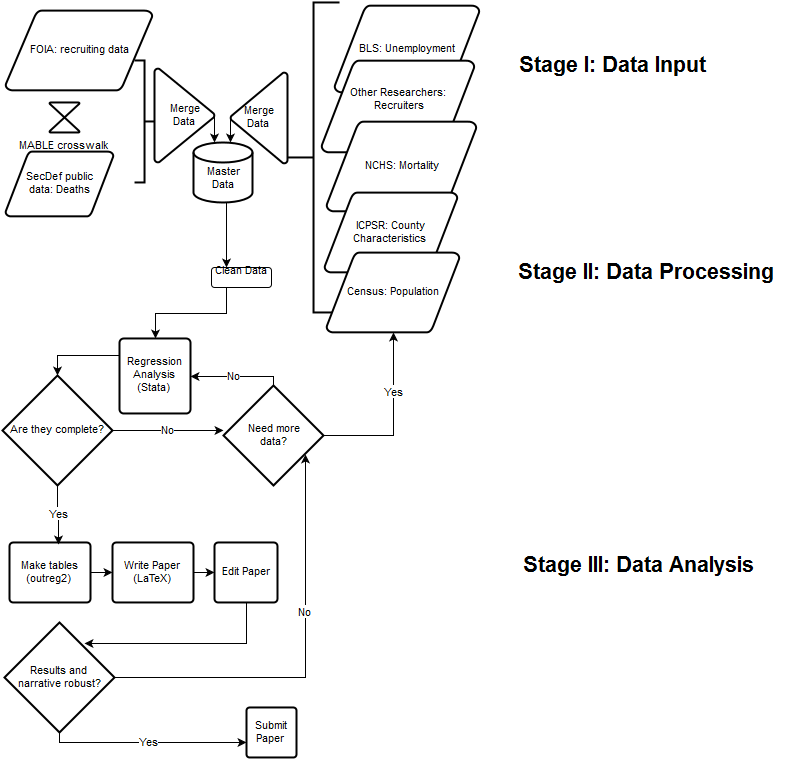
The draw.io diagram case-studies/gchristensen.png in BIDS/ss-repro-case-public, before a commit. Source tidied: cells renumbered, new cells last; positions are measured from the earlier drawing's top-left corner, leaving out a move shared by most shapes.
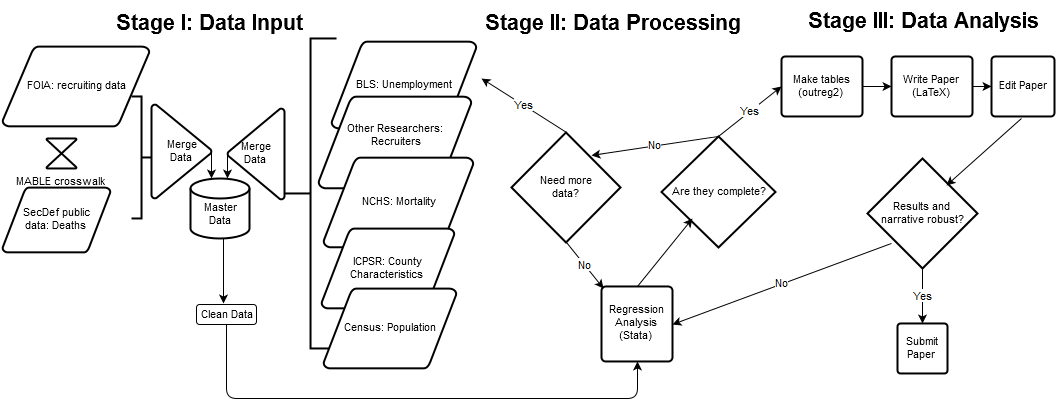
After the commit.

Commit message:
add left to right workflow diagram

Diff of the diagram source:
```diff
@@ -21,28 +21,25 @@
       <mxGeometry x="47" y="100" width="30" height="30" as="geometry" />
     </mxCell>
     <mxCell id="8" value="Regression Analysis (Stata)&lt;br&gt;" style="strokeWidth=2;html=1;shape=mxgraph.flowchart.process;whiteSpace=wrap;fontSize=11;" parent="1" vertex="1">
-      <mxGeometry x="117" y="336" width="71" height="75" as="geometry" />
+      <mxGeometry x="602" y="248" width="71" height="75" as="geometry" />
     </mxCell>
-    <mxCell id="9" value="Are they complete?&lt;br&gt;" style="strokeWidth=2;html=1;shape=mxgraph.flowchart.decision;whiteSpace=wrap;fontSize=11;" parent="1" vertex="1">
-      <mxGeometry y="373" width="110" height="110" as="geometry" />
-    </mxCell>
     <mxCell id="10" value="Make tables (outreg2)&lt;br&gt;" style="strokeWidth=2;html=1;shape=mxgraph.flowchart.process;whiteSpace=wrap;fontSize=11;" parent="1" vertex="1">
-      <mxGeometry x="7" y="540" width="81" height="60" as="geometry" />
+      <mxGeometry x="782" y="18" width="81" height="60" as="geometry" />
     </mxCell>
     <mxCell id="11" value="Write Paper (LaTeX)&lt;br&gt;" style="strokeWidth=2;html=1;shape=mxgraph.flowchart.process;whiteSpace=wrap;fontSize=11;" parent="1" vertex="1">
-      <mxGeometry x="110" y="540" width="81" height="60" as="geometry" />
+      <mxGeometry x="892" y="18" width="81" height="60" as="geometry" />
     </mxCell>
     <mxCell id="12" value="Submit Paper&lt;br&gt;" style="strokeWidth=2;html=1;shape=mxgraph.flowchart.process;whiteSpace=wrap;fontSize=11;" parent="1" vertex="1">
-      <mxGeometry x="244" y="705" width="50" height="50" as="geometry" />
+      <mxGeometry x="898" y="285" width="50" height="50" as="geometry" />
     </mxCell>
     <mxCell id="13" value="Edit Paper&lt;br&gt;" style="strokeWidth=2;html=1;shape=mxgraph.flowchart.process;whiteSpace=wrap;fontSize=11;" parent="1" vertex="1">
-      <mxGeometry x="212" y="540" width="63" height="60" as="geometry" />
+      <mxGeometry x="992" y="18" width="63" height="60" as="geometry" />
     </mxCell>
     <mxCell id="14" value="Merge&lt;br&gt;Data&lt;br&gt;" style="strokeWidth=2;html=1;shape=mxgraph.flowchart.merge_or_storage;whiteSpace=wrap;direction=south;fontSize=11;" parent="1" vertex="1">
       <mxGeometry x="228" y="70" width="57" height="91" as="geometry" />
     </mxCell>
     <mxCell id="15" value="Need more &lt;br&gt;data?&lt;br&gt;" style="strokeWidth=2;html=1;shape=mxgraph.flowchart.decision;whiteSpace=wrap;fillColor=none;fontSize=11;" parent="1" vertex="1">
-      <mxGeometry x="221" y="383" width="100" height="100" as="geometry" />
+      <mxGeometry x="512" y="94" width="109" height="110" as="geometry" />
     </mxCell>
     <mxCell id="16" style="strokeWidth=2;html=1;shape=mxgraph.flowchart.annotation_2;align=left;fillColor=none;fontSize=11;" parent="1" vertex="1">
       <mxGeometry x="285" width="52" height="310" as="geometry" />
@@ -54,7 +51,7 @@
       <mxGeometry x="152" y="66" width="60" height="94" as="geometry" />
     </mxCell>
     <mxCell id="19" value="Results and&lt;br&gt;narrative robust?&lt;br&gt;" style="strokeWidth=2;html=1;shape=mxgraph.flowchart.decision;whiteSpace=wrap;fillColor=none;fontSize=11;" parent="1" vertex="1">
-      <mxGeometry x="2" y="620" width="110" height="110" as="geometry" />
+      <mxGeometry x="868" y="120" width="110" height="110" as="geometry" />
     </mxCell>
     <mxCell id="20" style="edgeStyle=orthogonalEdgeStyle;rounded=0;html=1;exitX=0.5;exitY=1;exitPerimeter=0;jettySize=auto;orthogonalLoop=1;fontFamily=Helvetica;fontSize=11;" parent="1" edge="1" source="7" target="7">
       <mxGeometry relative="1" as="geometry" />
@@ -69,16 +66,16 @@
       <mxGeometry x="324" y="250" width="133" height="80" as="geometry" />
     </mxCell>
     <mxCell id="24" value="Clean Data&lt;br&gt;" style="rounded=1;whiteSpace=wrap;html=1;fontFamily=Helvetica;fontSize=11;" parent="1" vertex="1">
-      <mxGeometry x="209" y="265" width="60" height="20" as="geometry" />
+      <mxGeometry x="197" y="266" width="60" height="20" as="geometry" />
     </mxCell>
     <mxCell id="25" value="&lt;div style=&quot;text-align: left&quot;&gt;&lt;span style=&quot;line-height: 1.2&quot;&gt;Stage I: Data Input&lt;/span&gt;&lt;/div&gt;" style="text;html=1;strokeColor=none;fillColor=none;align=center;verticalAlign=middle;whiteSpace=wrap;overflow=hidden;fontFamily=Helvetica;fontSize=22;fontStyle=1;" parent="1" vertex="1">
-      <mxGeometry x="469" y="48" width="280" height="30" as="geometry" />
+      <mxGeometry x="69" y="-30" width="280" height="30" as="geometry" />
     </mxCell>
     <mxCell id="26" value="&lt;div style=&quot;text-align: left&quot;&gt;&lt;span style=&quot;line-height: 1.2&quot;&gt;Stage II:&amp;nbsp;&lt;/span&gt;&lt;span style=&quot;line-height: 1.2&quot;&gt;Data Processing&lt;/span&gt;&lt;/div&gt;" style="text;html=1;strokeColor=none;fillColor=none;align=center;verticalAlign=middle;whiteSpace=wrap;overflow=hidden;fontFamily=Helvetica;fontSize=22;fontStyle=1;" parent="1" vertex="1">
-      <mxGeometry x="502" y="225" width="282" height="90" as="geometry" />
+      <mxGeometry x="472" y="-30" width="282" height="30" as="geometry" />
     </mxCell>
     <mxCell id="27" value="&lt;div style=&quot;text-align: left&quot;&gt;&lt;span style=&quot;line-height: 1.2&quot;&gt;Stage III:&amp;nbsp;Data Analysis&lt;/span&gt;&lt;/div&gt;" style="text;html=1;strokeColor=none;fillColor=none;align=center;verticalAlign=middle;whiteSpace=wrap;overflow=hidden;fontFamily=Helvetica;fontSize=22;fontStyle=1;" parent="1" vertex="1">
-      <mxGeometry x="490" y="520" width="290" height="85" as="geometry" />
+      <mxGeometry x="803" y="-37" width="240" height="40" as="geometry" />
     </mxCell>
     <mxCell id="28" style="edgeStyle=orthogonalEdgeStyle;rounded=0;html=1;exitX=0.5;exitY=1;exitPerimeter=0;jettySize=auto;fontFamily=Helvetica;fontSize=22;" parent="1" edge="1" source="18">
       <mxGeometry relative="1" as="geometry">
@@ -90,73 +87,60 @@
         <mxPoint x="228" y="140" as="targetPoint" />
       </mxGeometry>
     </mxCell>
-    <mxCell id="30" style="edgeStyle=orthogonalEdgeStyle;rounded=0;html=1;exitX=0;exitY=0.5;exitPerimeter=0;entryX=0.5;entryY=0;entryPerimeter=0;jettySize=auto;fontFamily=Helvetica;fontSize=22;" parent="1" edge="1" source="8" target="9">
-      <mxGeometry relative="1" as="geometry">
-        <Array as="points">
-          <mxPoint x="117" y="353" />
-          <mxPoint x="55" y="353" />
-        </Array>
-      </mxGeometry>
-    </mxCell>
     <mxCell id="31" style="edgeStyle=orthogonalEdgeStyle;rounded=0;html=1;exitX=1;exitY=0.5;exitPerimeter=0;entryX=0;entryY=0.5;entryPerimeter=0;jettySize=auto;fontFamily=Helvetica;fontSize=22;" parent="1" edge="1" source="10" target="11">
       <mxGeometry relative="1" as="geometry" />
     </mxCell>
     <mxCell id="32" style="edgeStyle=orthogonalEdgeStyle;rounded=0;html=1;exitX=1;exitY=0.5;exitPerimeter=0;entryX=0;entryY=0.5;entryPerimeter=0;jettySize=auto;fontFamily=Helvetica;fontSize=22;" parent="1" edge="1" source="11" target="13">
       <mxGeometry relative="1" as="geometry" />
     </mxCell>
-    <mxCell id="33" style="edgeStyle=orthogonalEdgeStyle;rounded=0;html=1;exitX=0.5;exitY=1;exitPerimeter=0;entryX=0.727;entryY=0.191;entryPerimeter=0;jettySize=auto;fontFamily=Helvetica;fontSize=22;" parent="1" edge="1" source="13" target="19">
-      <mxGeometry relative="1" as="geometry">
-        <Array as="points">
-          <mxPoint x="244" y="641" />
-        </Array>
-      </mxGeometry>
-    </mxCell>
-    <mxCell id="34" value="Yes" style="edgeStyle=orthogonalEdgeStyle;rounded=0;html=1;exitX=1;exitY=0.5;exitPerimeter=0;entryX=0.5;entryY=1;entryPerimeter=0;jettySize=auto;fontFamily=Helvetica;fontSize=11;" parent="1" edge="1" source="15" target="23">
-      <mxGeometry x="0.31" relative="1" as="geometry" />
-    </mxCell>
+    <mxCell id="40" style="edgeStyle=orthogonalEdgeStyle;rounded=0;html=1;exitX=0.5;exitY=1;exitPerimeter=0;jettySize=auto;fontFamily=Helvetica;fontSize=11;" parent="1" edge="1" source="6">
+      <mxGeometry relative="1" as="geometry">
+        <mxPoint x="224" y="265" as="targetPoint" />
+        <Array as="points">
+          <mxPoint x="224" y="200" />
+        </Array>
+      </mxGeometry>
+    </mxCell>
+    <mxCell id="9" value="Are they complete?&lt;br&gt;" style="strokeWidth=2;html=1;shape=mxgraph.flowchart.decision;whiteSpace=wrap;fontSize=11;" parent="1" vertex="1">
+      <mxGeometry x="662" y="98" width="114" height="111" as="geometry" />
+    </mxCell>
+    <mxCell id="41" style="endArrow=classic;html=1;exitX=0.5;exitY=1;entryX=0.5;entryY=1;entryPerimeter=0;" parent="1" edge="1" source="24" target="8">
+      <mxGeometry relative="1" as="geometry">
+        <Array as="points">
+          <mxPoint x="227" y="360" />
+          <mxPoint x="638" y="360" />
+        </Array>
+      </mxGeometry>
+    </mxCell>
+    <mxCell id="42" style="endArrow=classic;html=1;exitX=0.5;exitY=0;exitPerimeter=0;" parent="1" edge="1" source="8">
+      <mxGeometry relative="1" as="geometry">
+        <mxPoint x="693" y="180" as="targetPoint" />
+      </mxGeometry>
+    </mxCell>
+    <mxCell id="43" value="No" style="endArrow=classic;html=1;entryX=0.734;entryY=0.209;entryPerimeter=0;exitX=0.5;exitY=0;exitPerimeter=0;" parent="1" edge="1" source="9" target="15">
+      <mxGeometry relative="1" as="geometry" />
+    </mxCell>
+    <mxCell id="44" value="Yes" style="endArrow=classic;html=1;exitX=0.5;exitY=0;exitPerimeter=0;" parent="1" edge="1" source="15">
+      <mxGeometry relative="1" as="geometry">
+        <mxPoint x="482" y="40" as="targetPoint" />
+      </mxGeometry>
+    </mxCell>
+    <mxCell id="37" value="No" style="endArrow=classic;html=1;exitX=0.5;exitY=1;exitPerimeter=0;entryX=0.028;entryY=0.027;entryPerimeter=0;" parent="1" edge="1" source="15" target="8">
+      <mxGeometry relative="1" as="geometry" />
+    </mxCell>
-    <mxCell id="35" value="Yes" style="edgeStyle=orthogonalEdgeStyle;rounded=0;html=1;exitX=0.5;exitY=1;exitPerimeter=0;entryX=0.605;entryY=0.033;entryPerimeter=0;jettySize=auto;fontFamily=Helvetica;fontSize=11;" parent="1" edge="1" source="9" target="10">
+    <mxCell id="35" value="Yes" style="endArrow=classic;html=1;entryX=0;entryY=0.5;entryPerimeter=0;exitX=0.5;exitY=0;exitPerimeter=0;" parent="1" edge="1" source="9" target="10">
       <mxGeometry relative="1" as="geometry" />
     </mxCell>
-    <mxCell id="36" value="No" style="edgeStyle=orthogonalEdgeStyle;rounded=0;html=1;exitX=1;exitY=0.5;exitPerimeter=0;jettySize=auto;fontFamily=Helvetica;fontSize=11;" parent="1" edge="1" source="9">
-      <mxGeometry relative="1" as="geometry">
-        <mxPoint x="221" y="428" as="targetPoint" />
-        <Array as="points">
-          <mxPoint x="221" y="428" />
-        </Array>
-      </mxGeometry>
-    </mxCell>
-    <mxCell id="37" value="No" style="edgeStyle=orthogonalEdgeStyle;rounded=0;html=1;exitX=0.5;exitY=0;exitPerimeter=0;jettySize=auto;fontFamily=Helvetica;fontSize=11;" parent="1" edge="1" source="15" target="8">
-      <mxGeometry x="0.04" relative="1" as="geometry">
-        <Array as="points">
-          <mxPoint x="271" y="374" />
-        </Array>
-      </mxGeometry>
-    </mxCell>
-    <mxCell id="38" value="No" style="edgeStyle=orthogonalEdgeStyle;rounded=0;html=1;exitX=1;exitY=0.5;exitPerimeter=0;jettySize=auto;fontFamily=Helvetica;fontSize=11;entryX=0.82;entryY=0.69;entryPerimeter=0;" parent="1" edge="1" source="19" target="15">
-      <mxGeometry x="-0.08" y="65" relative="1" as="geometry">
-        <Array as="points">
-          <mxPoint x="303" y="675" />
-        </Array>
-        <mxPoint x="65" y="-65" as="offset" />
-      </mxGeometry>
-    </mxCell>
+    <mxCell id="45" style="endArrow=classic;html=1;entryX=0.718;entryY=0.245;entryPerimeter=0;" parent="1" edge="1" target="19">
+      <mxGeometry relative="1" as="geometry">
+        <mxPoint x="1022" y="80" as="sourcePoint" />
+      </mxGeometry>
+    </mxCell>
-    <mxCell id="39" value="Yes" style="edgeStyle=orthogonalEdgeStyle;rounded=0;html=1;exitX=0.5;exitY=1;exitPerimeter=0;jettySize=auto;fontFamily=Helvetica;fontSize=11;" parent="1" edge="1" source="19" target="12">
-      <mxGeometry relative="1" as="geometry">
-        <Array as="points">
-          <mxPoint x="57" y="740" />
-        </Array>
-      </mxGeometry>
+    <mxCell id="39" value="Yes" style="endArrow=classic;html=1;entryX=0.5;entryY=0;entryPerimeter=0;exitX=0.5;exitY=1;exitPerimeter=0;" parent="1" edge="1" source="19" target="12">
+      <mxGeometry relative="1" as="geometry" />
     </mxCell>
-    <mxCell id="40" style="edgeStyle=orthogonalEdgeStyle;rounded=0;html=1;exitX=0.5;exitY=1;exitPerimeter=0;jettySize=auto;fontFamily=Helvetica;fontSize=11;" parent="1" edge="1" source="6">
-      <mxGeometry relative="1" as="geometry">
-        <mxPoint x="224" y="265" as="targetPoint" />
-        <Array as="points">
-          <mxPoint x="224" y="200" />
-        </Array>
-      </mxGeometry>
-    </mxCell>
-    <mxCell id="41" style="edgeStyle=orthogonalEdgeStyle;rounded=0;html=1;exitX=0.25;exitY=1;jettySize=auto;fontFamily=Helvetica;fontSize=11;" parent="1" edge="1" source="24" target="8">
-      <mxGeometry relative="1" as="geometry" />
-    </mxCell>
+    <mxCell id="46" value="No&lt;br&gt;" style="endArrow=classic;html=1;entryX=1;entryY=0.5;entryPerimeter=0;exitX=0.218;exitY=0.773;exitPerimeter=0;" parent="1" edge="1" source="19" target="8">
+      <mxGeometry relative="1" as="geometry" />
+    </mxCell>
   </root>
 </mxGraphModel>
```
